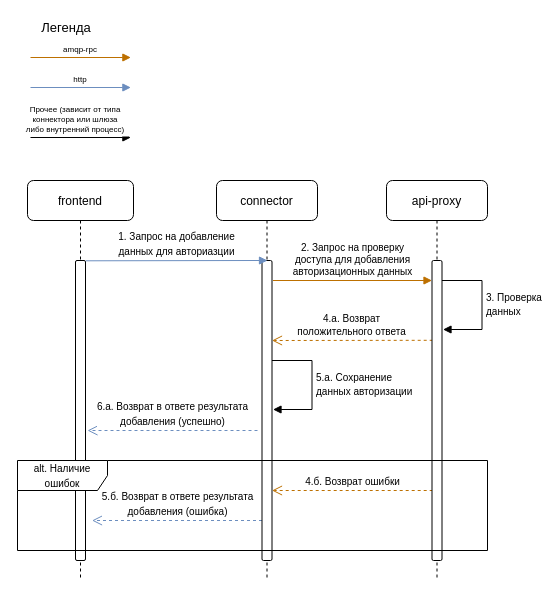
effective-group/docs-drawio keeps this draw.io diagram as integration/authorization-flow.drawio. Above is the earlier version. Source tidied: cells renumbered, new cells numbered last; positions are measured from the earlier drawing's top-left corner, leaving out a move shared by most shapes. Both pictures are drawn from the tidied source at 100%, with x=0, y=0 at pixel (17, 17).
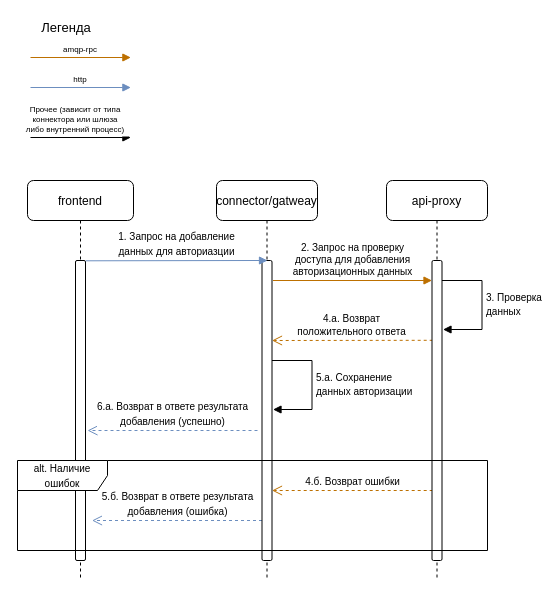
The same diagram, later.

What changed in the source:
```diff
@@
-    <mxCell id="5" value="connector" style="shape=umlLifeline;perimeter=lifelinePerimeter;rounded=1;shadow=0;strokeWidth=1;" parent="1" vertex="1">
+    <mxCell id="5" value="connector/gatweay" style="shape=umlLifeline;perimeter=lifelinePerimeter;rounded=1;shadow=0;strokeWidth=1;" parent="1" vertex="1">
       <mxGeometry x="199" y="163" width="101" height="400" as="geometry" />
     </mxCell>
```
